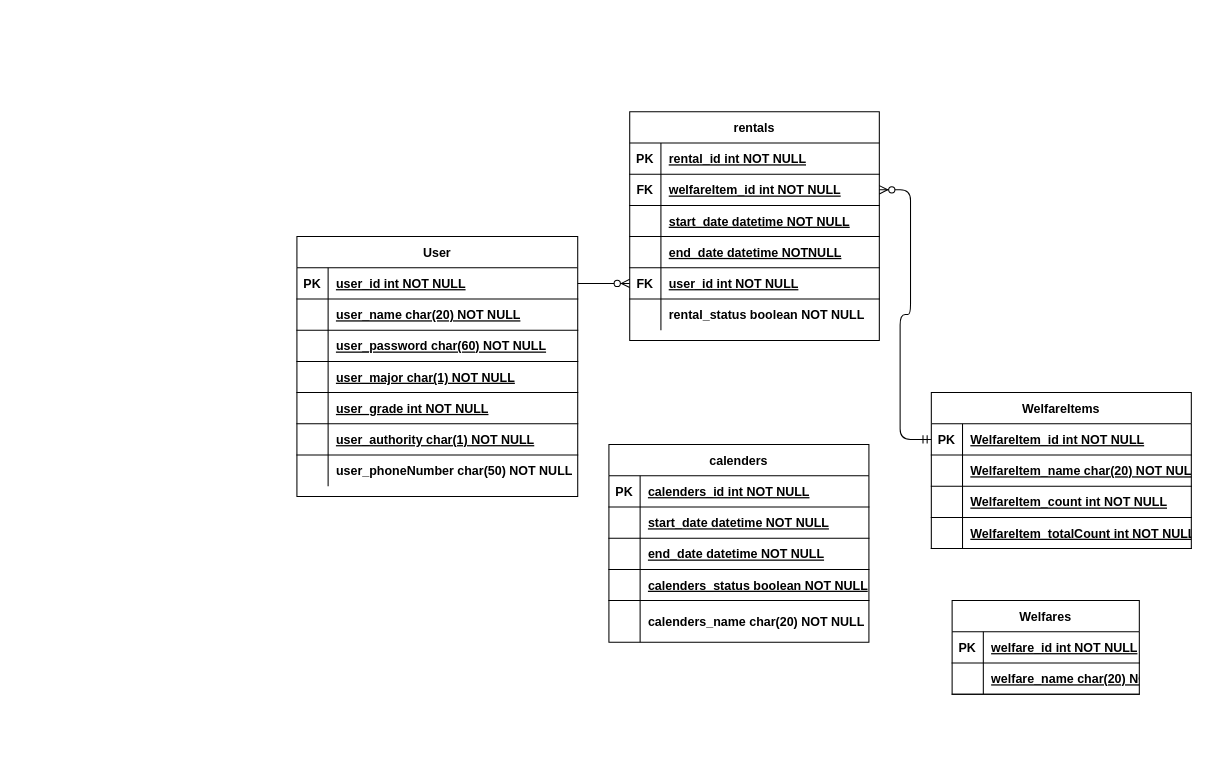
seonghunYang/CPU_webpage keeps this draw.io diagram as Untitled Diagram.drawio. Above is the earlier version. Source tidied: cells renumbered, new cells numbered last; positions are measured from the earlier drawing's top-left corner, leaving out a move shared by most shapes. Both pictures are drawn from the tidied source at 104%, with x=0, y=0 at pixel (296, 111).
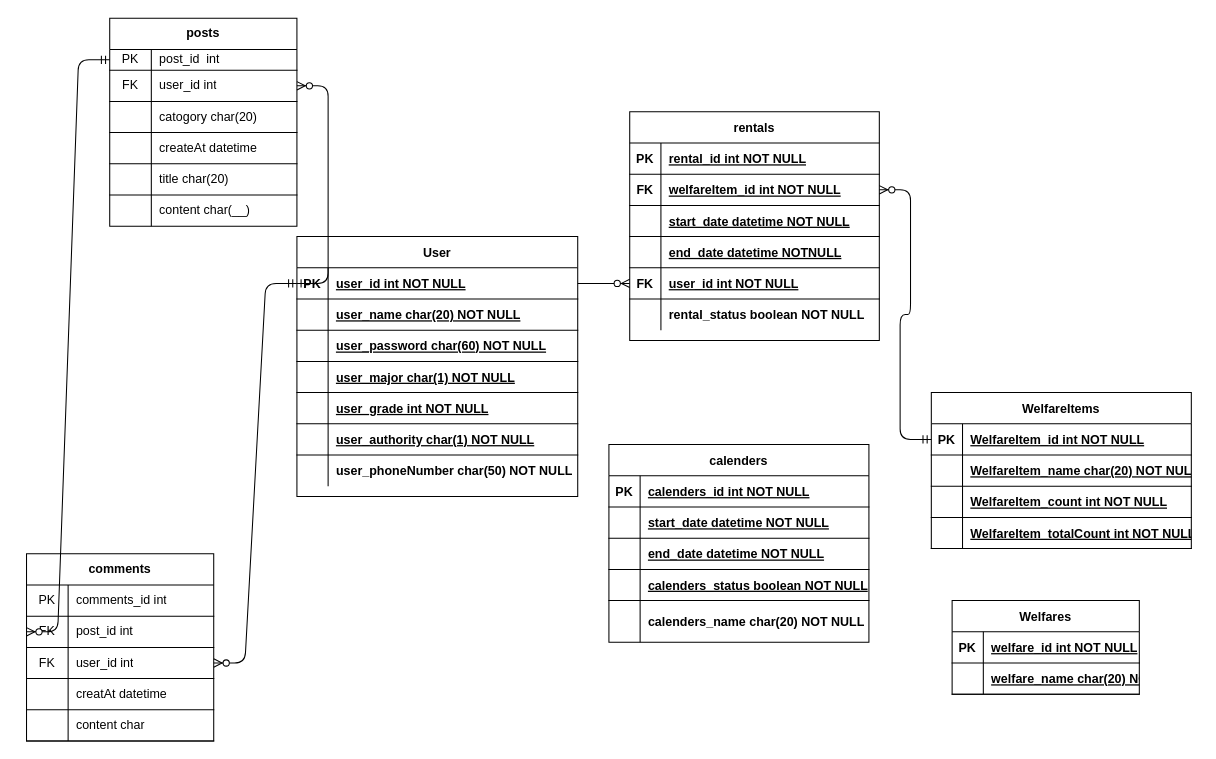
The same page after the edit.

The change refers to these unchanged cells:
```xml
<mxCell id="32" style="shape=partialRectangle;fillColor=none;points=[[0,0.5],[1,0.5]];portConstraint=eastwest;top=0;left=0;right=0;bottom=1;" parent="31" vertex="1">
  <mxGeometry y="30" width="270" height="30" as="geometry" />
</mxCell>
```

The edit, as a diff of the source:
```diff
@@
+    <mxCell id="81" value="posts" style="shape=table;html=1;whiteSpace=wrap;startSize=30;childLayout=tableLayout;rowLines=0;fontStyle=1;align=center;" parent="1" vertex="1">
+      <mxGeometry x="-180" y="-90" width="180" height="200" as="geometry" />
+    </mxCell>
+    <mxCell id="82" style="shape=partialRectangle;html=1;whiteSpace=wrap;fillColor=none;top=0;left=0;bottom=1;right=0;points=[[0,0.5],[1,0.5]];portConstraint=eastwest;" parent="81" vertex="1">
+      <mxGeometry y="30" width="180" height="20" as="geometry" />
+    </mxCell>
+    <mxCell id="83" value="PK" style="shape=partialRectangle;html=1;whiteSpace=wrap;fillColor=none;top=0;left=0;bottom=0;right=0;overflow=hidden;" parent="82" vertex="1">
+      <mxGeometry width="40" height="20" as="geometry" />
+    </mxCell>
+    <mxCell id="84" value="post_id&amp;nbsp; int" style="shape=partialRectangle;html=1;whiteSpace=wrap;fillColor=none;top=0;left=0;bottom=0;right=0;align=left;spacingLeft=6;overflow=hidden;" parent="82" vertex="1">
+      <mxGeometry x="40" width="140" height="20" as="geometry" />
+    </mxCell>
+    <mxCell id="85" style="shape=partialRectangle;html=1;whiteSpace=wrap;fillColor=none;top=0;left=0;bottom=1;right=0;points=[[0,0.5],[1,0.5]];portConstraint=eastwest;" parent="81" vertex="1">
+      <mxGeometry y="50" width="180" height="30" as="geometry" />
+    </mxCell>
+    <mxCell id="86" value="FK" style="shape=partialRectangle;html=1;whiteSpace=wrap;fillColor=none;top=0;left=0;bottom=0;right=0;overflow=hidden;" parent="85" vertex="1">
+      <mxGeometry width="40" height="30" as="geometry" />
+    </mxCell>
+    <mxCell id="87" value="user_id int" style="shape=partialRectangle;html=1;whiteSpace=wrap;fillColor=none;top=0;left=0;bottom=0;right=0;align=left;spacingLeft=6;overflow=hidden;" parent="85" vertex="1">
+      <mxGeometry x="40" width="140" height="30" as="geometry" />
+    </mxCell>
+    <mxCell id="88" style="shape=partialRectangle;html=1;whiteSpace=wrap;fillColor=none;top=0;left=0;bottom=1;right=0;" parent="81" vertex="1">
+      <mxGeometry y="80" width="180" height="30" as="geometry" />
+    </mxCell>
+    <mxCell id="89" style="shape=partialRectangle;html=1;whiteSpace=wrap;fillColor=none;top=0;left=0;bottom=0;right=0;overflow=hidden;" parent="88" vertex="1">
+      <mxGeometry width="40" height="30" as="geometry" />
+    </mxCell>
+    <mxCell id="90" value="catogory char(20)" style="shape=partialRectangle;html=1;whiteSpace=wrap;fillColor=none;top=0;left=0;bottom=0;right=0;align=left;spacingLeft=6;overflow=hidden;" parent="88" vertex="1">
+      <mxGeometry x="40" width="140" height="30" as="geometry" />
+    </mxCell>
+    <mxCell id="91" style="shape=partialRectangle;html=1;whiteSpace=wrap;fillColor=none;top=0;left=0;bottom=1;right=0;" parent="81" vertex="1">
+      <mxGeometry y="110" width="180" height="30" as="geometry" />
+    </mxCell>
+    <mxCell id="92" style="shape=partialRectangle;html=1;whiteSpace=wrap;fillColor=none;top=0;left=0;bottom=0;right=0;overflow=hidden;" parent="91" vertex="1">
+      <mxGeometry width="40" height="30" as="geometry" />
+    </mxCell>
+    <mxCell id="93" value="createAt datetime" style="shape=partialRectangle;html=1;whiteSpace=wrap;fillColor=none;top=0;left=0;bottom=0;right=0;align=left;spacingLeft=6;overflow=hidden;" parent="91" vertex="1">
+      <mxGeometry x="40" width="140" height="30" as="geometry" />
+    </mxCell>
+    <mxCell id="94" style="shape=partialRectangle;html=1;whiteSpace=wrap;fillColor=none;top=0;left=0;bottom=1;right=0;" parent="81" vertex="1">
+      <mxGeometry y="140" width="180" height="30" as="geometry" />
+    </mxCell>
+    <mxCell id="95" style="shape=partialRectangle;html=1;whiteSpace=wrap;fillColor=none;top=0;left=0;bottom=0;right=0;overflow=hidden;" parent="94" vertex="1">
+      <mxGeometry width="40" height="30" as="geometry" />
+    </mxCell>
+    <mxCell id="96" value="title char(20)" style="shape=partialRectangle;html=1;whiteSpace=wrap;fillColor=none;top=0;left=0;bottom=0;right=0;align=left;spacingLeft=6;overflow=hidden;" parent="94" vertex="1">
+      <mxGeometry x="40" width="140" height="30" as="geometry" />
+    </mxCell>
+    <mxCell id="97" style="shape=partialRectangle;html=1;whiteSpace=wrap;fillColor=none;top=0;left=0;bottom=0;right=0;" parent="81" vertex="1">
+      <mxGeometry y="170" width="180" height="30" as="geometry" />
+    </mxCell>
+    <mxCell id="98" style="shape=partialRectangle;html=1;whiteSpace=wrap;fillColor=none;top=0;left=0;bottom=0;right=0;overflow=hidden;" parent="97" vertex="1">
+      <mxGeometry width="40" height="30" as="geometry" />
+    </mxCell>
+    <mxCell id="99" value="content char(__)" style="shape=partialRectangle;html=1;whiteSpace=wrap;fillColor=none;top=0;left=0;bottom=0;right=0;align=left;spacingLeft=6;overflow=hidden;" parent="97" vertex="1">
+      <mxGeometry x="40" width="140" height="30" as="geometry" />
+    </mxCell>
+    <mxCell id="100" value="comments" style="shape=table;html=1;whiteSpace=wrap;startSize=30;childLayout=tableLayout;rowLines=0;fontStyle=1;align=center;" parent="1" vertex="1">
+      <mxGeometry x="-260" y="425" width="180" height="180" as="geometry" />
+    </mxCell>
+    <mxCell id="101" style="shape=partialRectangle;html=1;whiteSpace=wrap;fillColor=none;top=0;left=0;bottom=1;right=0;" parent="100" vertex="1">
+      <mxGeometry y="30" width="180" height="30" as="geometry" />
+    </mxCell>
+    <mxCell id="102" value="PK" style="shape=partialRectangle;html=1;whiteSpace=wrap;fillColor=none;top=0;left=0;bottom=0;right=0;overflow=hidden;" parent="101" vertex="1">
+      <mxGeometry width="40" height="30" as="geometry" />
+    </mxCell>
+    <mxCell id="103" value="comments_id int" style="shape=partialRectangle;html=1;whiteSpace=wrap;fillColor=none;top=0;left=0;bottom=0;right=0;align=left;spacingLeft=6;overflow=hidden;" parent="101" vertex="1">
+      <mxGeometry x="40" width="140" height="30" as="geometry" />
+    </mxCell>
+    <mxCell id="104" style="shape=partialRectangle;html=1;whiteSpace=wrap;fillColor=none;top=0;left=0;bottom=1;right=0;points=[[0,0.5],[1,0.5]];portConstraint=eastwest;" parent="100" vertex="1">
+      <mxGeometry y="60" width="180" height="30" as="geometry" />
+    </mxCell>
+    <mxCell id="105" value="FK" style="shape=partialRectangle;html=1;whiteSpace=wrap;fillColor=none;top=0;left=0;bottom=0;right=0;overflow=hidden;" parent="104" vertex="1">
+      <mxGeometry width="40" height="30" as="geometry" />
+    </mxCell>
+    <mxCell id="106" value="post_id int" style="shape=partialRectangle;html=1;whiteSpace=wrap;fillColor=none;top=0;left=0;bottom=0;right=0;align=left;spacingLeft=6;overflow=hidden;" parent="104" vertex="1">
+      <mxGeometry x="40" width="140" height="30" as="geometry" />
+    </mxCell>
+    <mxCell id="107" style="shape=partialRectangle;html=1;whiteSpace=wrap;fillColor=none;top=0;left=0;bottom=1;right=0;points=[[0,0.5],[1,0.5]];portConstraint=eastwest;" parent="100" vertex="1">
+      <mxGeometry y="90" width="180" height="30" as="geometry" />
+    </mxCell>
+    <mxCell id="108" value="FK" style="shape=partialRectangle;html=1;whiteSpace=wrap;fillColor=none;top=0;left=0;bottom=0;right=0;overflow=hidden;" parent="107" vertex="1">
+      <mxGeometry width="40" height="30" as="geometry" />
+    </mxCell>
+    <mxCell id="109" value="user_id int" style="shape=partialRectangle;html=1;whiteSpace=wrap;fillColor=none;top=0;left=0;bottom=0;right=0;align=left;spacingLeft=6;overflow=hidden;" parent="107" vertex="1">
+      <mxGeometry x="40" width="140" height="30" as="geometry" />
+    </mxCell>
+    <mxCell id="110" style="shape=partialRectangle;html=1;whiteSpace=wrap;fillColor=none;top=0;left=0;bottom=1;right=0;" parent="100" vertex="1">
+      <mxGeometry y="120" width="180" height="30" as="geometry" />
+    </mxCell>
+    <mxCell id="111" style="shape=partialRectangle;html=1;whiteSpace=wrap;fillColor=none;top=0;left=0;bottom=0;right=0;overflow=hidden;" parent="110" vertex="1">
+      <mxGeometry width="40" height="30" as="geometry" />
+    </mxCell>
+    <mxCell id="112" value="creatAt datetime" style="shape=partialRectangle;html=1;whiteSpace=wrap;fillColor=none;top=0;left=0;bottom=0;right=0;align=left;spacingLeft=6;overflow=hidden;" parent="110" vertex="1">
+      <mxGeometry x="40" width="140" height="30" as="geometry" />
+    </mxCell>
+    <mxCell id="113" style="shape=partialRectangle;html=1;whiteSpace=wrap;fillColor=none;top=0;left=0;bottom=1;right=0;" parent="100" vertex="1">
+      <mxGeometry y="150" width="180" height="30" as="geometry" />
+    </mxCell>
+    <mxCell id="114" style="shape=partialRectangle;html=1;whiteSpace=wrap;fillColor=none;top=0;left=0;bottom=0;right=0;overflow=hidden;" parent="113" vertex="1">
+      <mxGeometry width="40" height="30" as="geometry" />
+    </mxCell>
+    <mxCell id="115" value="content char" style="shape=partialRectangle;html=1;whiteSpace=wrap;fillColor=none;top=0;left=0;bottom=0;right=0;align=left;spacingLeft=6;overflow=hidden;" parent="113" vertex="1">
+      <mxGeometry x="40" width="140" height="30" as="geometry" />
+    </mxCell>
+    <mxCell id="116" style="edgeStyle=entityRelationEdgeStyle;fontSize=12;html=1;endArrow=ERzeroToMany;startArrow=ERmandOne;exitX=0;exitY=0.5;exitDx=0;exitDy=0;entryX=1;entryY=0.5;entryDx=0;entryDy=0;" parent="1" edge="1" source="32" target="85">
+      <mxGeometry relative="1" as="geometry" />
+    </mxCell>
+    <mxCell id="117" style="edgeStyle=entityRelationEdgeStyle;fontSize=12;html=1;endArrow=ERzeroToMany;startArrow=ERmandOne;entryX=1;entryY=0.5;entryDx=0;entryDy=0;exitX=0;exitY=0.5;exitDx=0;exitDy=0;" parent="1" edge="1" source="32" target="107">
+      <mxGeometry relative="1" as="geometry" />
+    </mxCell>
+    <mxCell id="118" style="edgeStyle=entityRelationEdgeStyle;fontSize=12;html=1;endArrow=ERzeroToMany;startArrow=ERmandOne;entryX=0;entryY=0.5;entryDx=0;entryDy=0;exitX=0;exitY=0.5;exitDx=0;exitDy=0;" parent="1" edge="1" source="82" target="104">
+      <mxGeometry relative="1" as="geometry" />
+    </mxCell>
```
